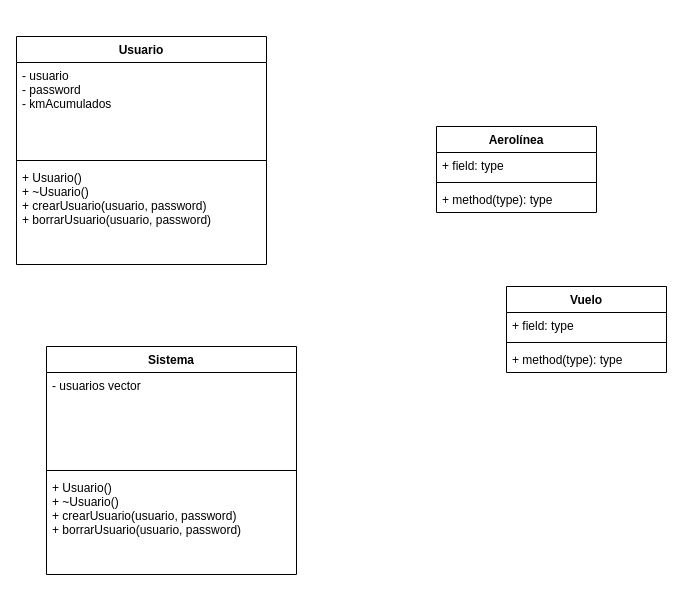
The draw.io diagram Proyecto/diagrama.drawio in AlexaBF/OOP, before the edit. Source tidied: cells renumbered, new cells numbered last; positions are measured from the earlier drawing's top-left corner, leaving out a move shared by most shapes. Both pictures are drawn from the tidied source at 100%, with x=0, y=0 at pixel (16, 36).
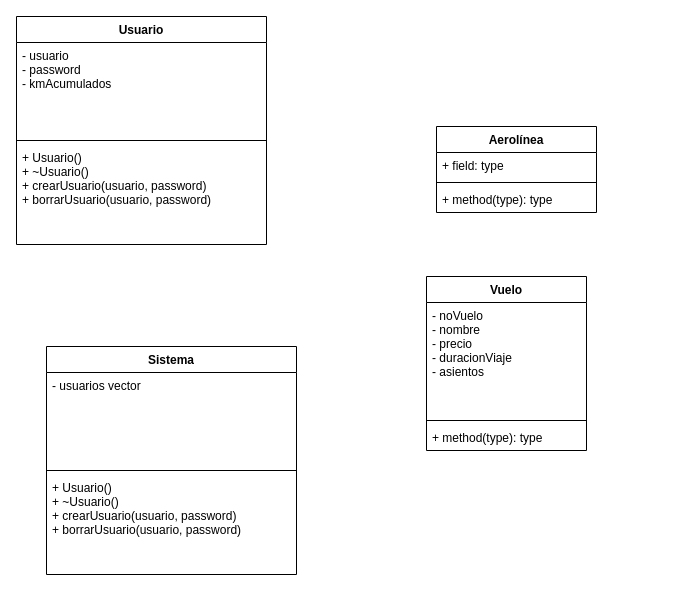
After the change.

Commit message:
diagrama proyecto

Change to the diagram source:
```diff
@@
 <mxGraphModel>
   <root>
     <mxCell id="0" />
     <mxCell id="1" parent="0" />
     <mxCell id="2" value="Usuario" style="swimlane;fontStyle=1;align=center;verticalAlign=top;horizontal=1;startSize=26;" parent="1" vertex="1">
-      <mxGeometry width="250" height="228" as="geometry" />
+      <mxGeometry y="-20" width="250" height="228" as="geometry" />
     </mxCell>
     <mxCell id="3" value="- usuario&#10;- password&#10;- kmAcumulados" style="text;strokeColor=none;fillColor=none;align=left;verticalAlign=top;spacingLeft=4;spacingRight=4;overflow=hidden;" parent="2" vertex="1">
       <mxGeometry y="26" width="250" height="94" as="geometry" />
     </mxCell>
     <mxCell id="4" style="line;strokeWidth=1;fillColor=none;align=left;verticalAlign=middle;spacingTop=-1;spacingLeft=3;spacingRight=3;labelPosition=right;strokeColor=inherit;" parent="2" vertex="1">
       <mxGeometry y="120" width="250" height="8" as="geometry" />
     </mxCell>
     <mxCell id="5" value="+ Usuario()&#10;+ ~Usuario()&#10;+ crearUsuario(usuario, password)&#10;+ borrarUsuario(usuario, password)" style="text;strokeColor=none;fillColor=none;align=left;verticalAlign=top;spacingLeft=4;spacingRight=4;overflow=hidden;" parent="2" vertex="1">
       <mxGeometry y="128" width="250" height="100" as="geometry" />
     </mxCell>
     <mxCell id="6" value="Aerolínea" style="swimlane;fontStyle=1;align=center;verticalAlign=top;horizontal=1;startSize=26;" parent="1" vertex="1">
       <mxGeometry x="420" y="90" width="160" height="86" as="geometry" />
     </mxCell>
     <mxCell id="7" value="+ field: type" style="text;strokeColor=none;fillColor=none;align=left;verticalAlign=top;spacingLeft=4;spacingRight=4;overflow=hidden;" parent="6" vertex="1">
       <mxGeometry y="26" width="160" height="26" as="geometry" />
     </mxCell>
     <mxCell id="8" style="line;strokeWidth=1;fillColor=none;align=left;verticalAlign=middle;spacingTop=-1;spacingLeft=3;spacingRight=3;labelPosition=right;strokeColor=inherit;" parent="6" vertex="1">
       <mxGeometry y="52" width="160" height="8" as="geometry" />
     </mxCell>
     <mxCell id="9" value="+ method(type): type" style="text;strokeColor=none;fillColor=none;align=left;verticalAlign=top;spacingLeft=4;spacingRight=4;overflow=hidden;" parent="6" vertex="1">
       <mxGeometry y="60" width="160" height="26" as="geometry" />
     </mxCell>
     <mxCell id="10" value="Vuelo" style="swimlane;fontStyle=1;align=center;verticalAlign=top;horizontal=1;startSize=26;" parent="1" vertex="1">
-      <mxGeometry x="490" y="250" width="160" height="86" as="geometry" />
+      <mxGeometry x="410" y="240" width="160" height="174" as="geometry" />
     </mxCell>
-    <mxCell id="11" value="+ field: type" style="text;strokeColor=none;fillColor=none;align=left;verticalAlign=top;spacingLeft=4;spacingRight=4;overflow=hidden;" parent="10" vertex="1">
-      <mxGeometry y="26" width="160" height="26" as="geometry" />
+    <mxCell id="11" value="- noVuelo&#10;- nombre&#10;- precio&#10;- duracionViaje&#10;- asientos" style="text;strokeColor=none;fillColor=none;align=left;verticalAlign=top;spacingLeft=4;spacingRight=4;overflow=hidden;" parent="10" vertex="1">
+      <mxGeometry y="26" width="160" height="114" as="geometry" />
     </mxCell>
     <mxCell id="12" style="line;strokeWidth=1;fillColor=none;align=left;verticalAlign=middle;spacingTop=-1;spacingLeft=3;spacingRight=3;labelPosition=right;strokeColor=inherit;" parent="10" vertex="1">
-      <mxGeometry y="52" width="160" height="8" as="geometry" />
+      <mxGeometry y="140" width="160" height="8" as="geometry" />
     </mxCell>
     <mxCell id="13" value="+ method(type): type" style="text;strokeColor=none;fillColor=none;align=left;verticalAlign=top;spacingLeft=4;spacingRight=4;overflow=hidden;" parent="10" vertex="1">
-      <mxGeometry y="60" width="160" height="26" as="geometry" />
+      <mxGeometry y="148" width="160" height="26" as="geometry" />
     </mxCell>
     <mxCell id="14" value="Sistema" style="swimlane;fontStyle=1;align=center;verticalAlign=top;horizontal=1;startSize=26;" parent="1" vertex="1">
       <mxGeometry x="30" y="310" width="250" height="228" as="geometry" />
     </mxCell>
     <mxCell id="15" value="- usuarios vector" style="text;strokeColor=none;fillColor=none;align=left;verticalAlign=top;spacingLeft=4;spacingRight=4;overflow=hidden;" parent="14" vertex="1">
       <mxGeometry y="26" width="250" height="94" as="geometry" />
     </mxCell>
     <mxCell id="16" style="line;strokeWidth=1;fillColor=none;align=left;verticalAlign=middle;spacingTop=-1;spacingLeft=3;spacingRight=3;labelPosition=right;strokeColor=inherit;" parent="14" vertex="1">
       <mxGeometry y="120" width="250" height="8" as="geometry" />
     </mxCell>
     <mxCell id="17" value="+ Usuario()&#10;+ ~Usuario()&#10;+ crearUsuario(usuario, password)&#10;+ borrarUsuario(usuario, password)" style="text;strokeColor=none;fillColor=none;align=left;verticalAlign=top;spacingLeft=4;spacingRight=4;overflow=hidden;" parent="14" vertex="1">
       <mxGeometry y="128" width="250" height="100" as="geometry" />
     </mxCell>
   </root>
 </mxGraphModel>
```
